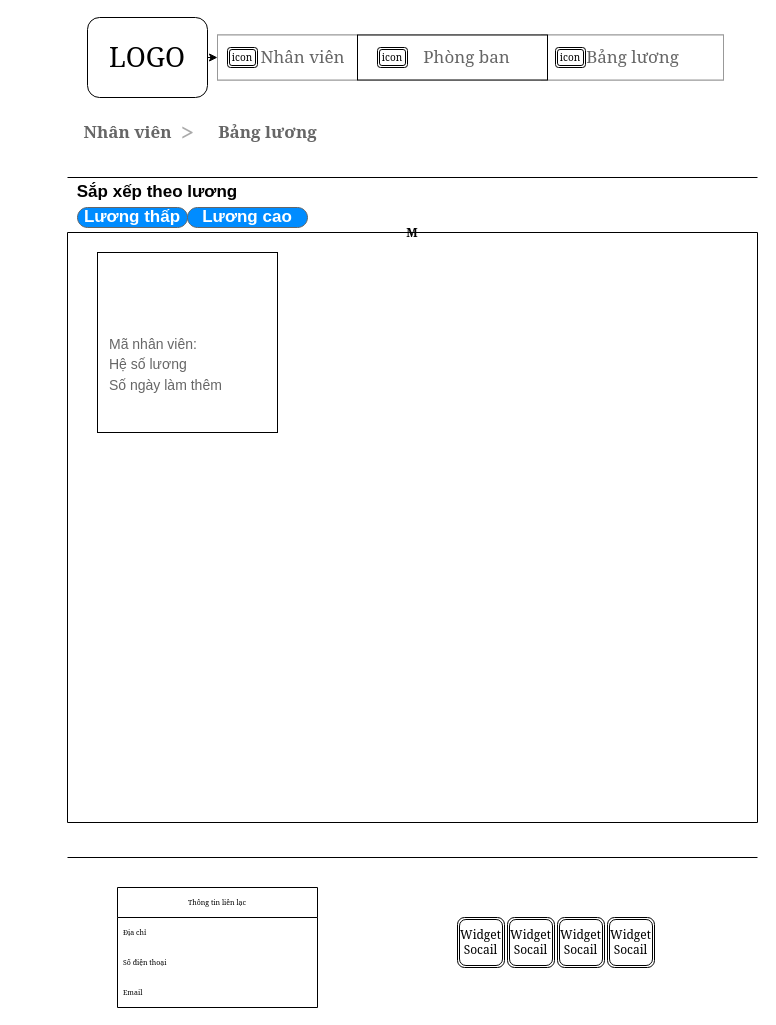
This is salary.drawio from toanviet252/lab, a draw.io file, before an edit. Source tidied: cells renumbered, new cells numbered last; positions are measured from the earlier drawing's top-left corner, leaving out a move shared by most shapes. Both pictures are drawn from the tidied source at 100%, with x=0, y=0 at pixel (17, 17).
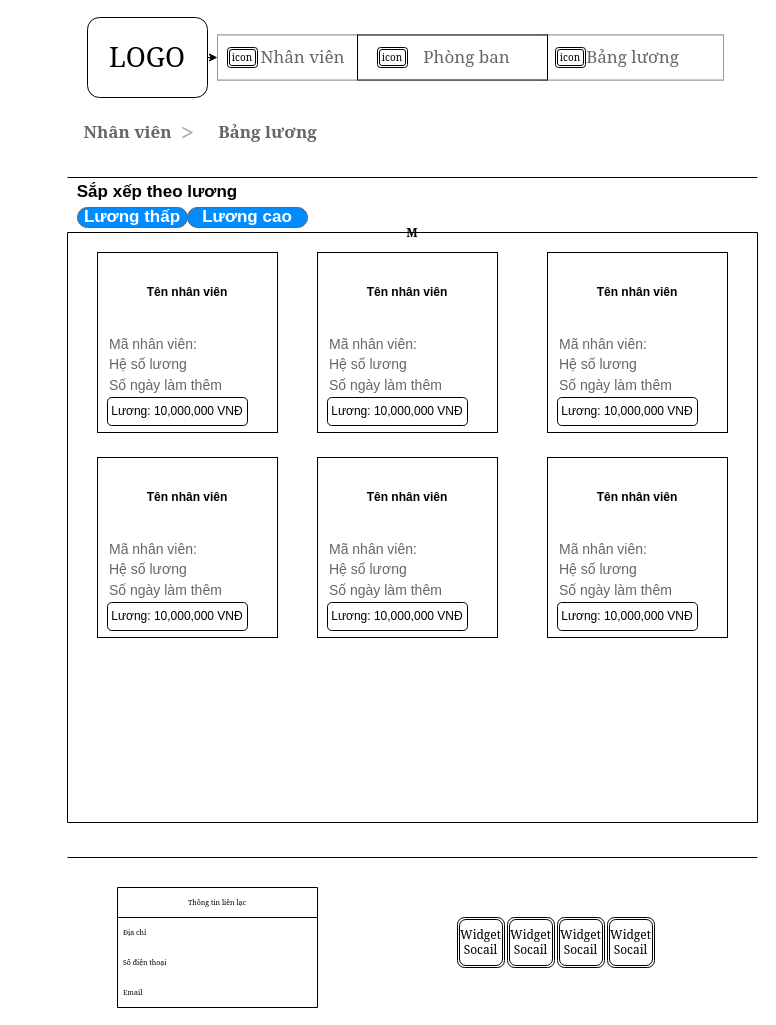
Above is the later version.

Unchanged cells that the change refers to:
```xml
<mxCell id="16" value="M" style="swimlane;startSize=0;labelBackgroundColor=none;fontFamily=Georgia;fontSize=12;" parent="1" vertex="1">
  <mxGeometry x="50" y="215" width="690" height="590" as="geometry" />
</mxCell>
```

Diff of the diagram source:
```diff
@@
+    <mxCell id="32" value="Lương: 10,000,000 VNĐ" style="rounded=1;whiteSpace=wrap;html=1;fontSize=12;" parent="16" vertex="1">
+      <mxGeometry x="40" y="165" width="140" height="28" as="geometry" />
+    </mxCell>
+    <mxCell id="33" value="&lt;b&gt;Tên nhân viên&lt;/b&gt;" style="text;html=1;strokeColor=none;fillColor=none;align=center;verticalAlign=middle;whiteSpace=wrap;rounded=0;fontSize=12;" parent="16" vertex="1">
+      <mxGeometry x="55" y="45" width="130" height="30" as="geometry" />
+    </mxCell>
+    <mxCell id="34" style="whiteSpace=wrap;html=1;labelBackgroundColor=none;fontFamily=Georgia;fontSize=12;" parent="16" vertex="1">
+      <mxGeometry x="250" y="20" width="180" height="180" as="geometry" />
+    </mxCell>
+    <mxCell id="35" value="&lt;font style=&quot;font-size: 14px&quot;&gt;Mã nhân viên:&lt;br&gt;Hệ số lương&lt;br&gt;Số ngày làm thêm&lt;/font&gt;" style="strokeWidth=1;shadow=0;dashed=0;align=center;html=1;shape=mxgraph.mockup.text.bulletedList;textColor=#666666;mainText=,,,,;textSize=17;bulletStyle=none;strokeColor=none;fillColor=none;align=left;verticalAlign=top;fontSize=17;fontColor=#666666;" parent="16" vertex="1">
+      <mxGeometry x="260" y="95" width="140" height="82.5" as="geometry" />
+    </mxCell>
+    <mxCell id="36" value="Lương: 10,000,000 VNĐ" style="rounded=1;whiteSpace=wrap;html=1;fontSize=12;" parent="16" vertex="1">
+      <mxGeometry x="260" y="165" width="140" height="28" as="geometry" />
+    </mxCell>
+    <mxCell id="37" value="&lt;b&gt;Tên nhân viên&lt;/b&gt;" style="text;html=1;strokeColor=none;fillColor=none;align=center;verticalAlign=middle;whiteSpace=wrap;rounded=0;fontSize=12;" parent="16" vertex="1">
+      <mxGeometry x="275" y="45" width="130" height="30" as="geometry" />
+    </mxCell>
+    <mxCell id="38" style="whiteSpace=wrap;html=1;labelBackgroundColor=none;fontFamily=Georgia;fontSize=12;" parent="16" vertex="1">
+      <mxGeometry x="480" y="20" width="180" height="180" as="geometry" />
+    </mxCell>
+    <mxCell id="39" value="&lt;font style=&quot;font-size: 14px&quot;&gt;Mã nhân viên:&lt;br&gt;Hệ số lương&lt;br&gt;Số ngày làm thêm&lt;/font&gt;" style="strokeWidth=1;shadow=0;dashed=0;align=center;html=1;shape=mxgraph.mockup.text.bulletedList;textColor=#666666;mainText=,,,,;textSize=17;bulletStyle=none;strokeColor=none;fillColor=none;align=left;verticalAlign=top;fontSize=17;fontColor=#666666;" parent="16" vertex="1">
+      <mxGeometry x="490" y="95" width="140" height="82.5" as="geometry" />
+    </mxCell>
+    <mxCell id="40" value="Lương: 10,000,000 VNĐ" style="rounded=1;whiteSpace=wrap;html=1;fontSize=12;" parent="16" vertex="1">
+      <mxGeometry x="490" y="165" width="140" height="28" as="geometry" />
+    </mxCell>
+    <mxCell id="41" value="&lt;b&gt;Tên nhân viên&lt;/b&gt;" style="text;html=1;strokeColor=none;fillColor=none;align=center;verticalAlign=middle;whiteSpace=wrap;rounded=0;fontSize=12;" parent="16" vertex="1">
+      <mxGeometry x="505" y="45" width="130" height="30" as="geometry" />
+    </mxCell>
+    <mxCell id="42" style="whiteSpace=wrap;html=1;labelBackgroundColor=none;fontFamily=Georgia;fontSize=12;" parent="16" vertex="1">
+      <mxGeometry x="30" y="225" width="180" height="180" as="geometry" />
+    </mxCell>
+    <mxCell id="43" value="&lt;font style=&quot;font-size: 14px&quot;&gt;Mã nhân viên:&lt;br&gt;Hệ số lương&lt;br&gt;Số ngày làm thêm&lt;/font&gt;" style="strokeWidth=1;shadow=0;dashed=0;align=center;html=1;shape=mxgraph.mockup.text.bulletedList;textColor=#666666;mainText=,,,,;textSize=17;bulletStyle=none;strokeColor=none;fillColor=none;align=left;verticalAlign=top;fontSize=17;fontColor=#666666;" parent="16" vertex="1">
+      <mxGeometry x="40" y="300" width="140" height="82.5" as="geometry" />
+    </mxCell>
+    <mxCell id="44" value="Lương: 10,000,000 VNĐ" style="rounded=1;whiteSpace=wrap;html=1;fontSize=12;" parent="16" vertex="1">
+      <mxGeometry x="40" y="370" width="140" height="28" as="geometry" />
+    </mxCell>
+    <mxCell id="45" value="&lt;b&gt;Tên nhân viên&lt;/b&gt;" style="text;html=1;strokeColor=none;fillColor=none;align=center;verticalAlign=middle;whiteSpace=wrap;rounded=0;fontSize=12;" parent="16" vertex="1">
+      <mxGeometry x="55" y="250" width="130" height="30" as="geometry" />
+    </mxCell>
+    <mxCell id="46" style="whiteSpace=wrap;html=1;labelBackgroundColor=none;fontFamily=Georgia;fontSize=12;" parent="16" vertex="1">
+      <mxGeometry x="250" y="225" width="180" height="180" as="geometry" />
+    </mxCell>
+    <mxCell id="47" value="&lt;font style=&quot;font-size: 14px&quot;&gt;Mã nhân viên:&lt;br&gt;Hệ số lương&lt;br&gt;Số ngày làm thêm&lt;/font&gt;" style="strokeWidth=1;shadow=0;dashed=0;align=center;html=1;shape=mxgraph.mockup.text.bulletedList;textColor=#666666;mainText=,,,,;textSize=17;bulletStyle=none;strokeColor=none;fillColor=none;align=left;verticalAlign=top;fontSize=17;fontColor=#666666;" parent="16" vertex="1">
+      <mxGeometry x="260" y="300" width="140" height="82.5" as="geometry" />
+    </mxCell>
+    <mxCell id="48" value="Lương: 10,000,000 VNĐ" style="rounded=1;whiteSpace=wrap;html=1;fontSize=12;" parent="16" vertex="1">
+      <mxGeometry x="260" y="370" width="140" height="28" as="geometry" />
+    </mxCell>
+    <mxCell id="49" value="&lt;b&gt;Tên nhân viên&lt;/b&gt;" style="text;html=1;strokeColor=none;fillColor=none;align=center;verticalAlign=middle;whiteSpace=wrap;rounded=0;fontSize=12;" parent="16" vertex="1">
+      <mxGeometry x="275" y="250" width="130" height="30" as="geometry" />
+    </mxCell>
+    <mxCell id="50" style="whiteSpace=wrap;html=1;labelBackgroundColor=none;fontFamily=Georgia;fontSize=12;" parent="16" vertex="1">
+      <mxGeometry x="480" y="225" width="180" height="180" as="geometry" />
+    </mxCell>
+    <mxCell id="51" value="&lt;font style=&quot;font-size: 14px&quot;&gt;Mã nhân viên:&lt;br&gt;Hệ số lương&lt;br&gt;Số ngày làm thêm&lt;/font&gt;" style="strokeWidth=1;shadow=0;dashed=0;align=center;html=1;shape=mxgraph.mockup.text.bulletedList;textColor=#666666;mainText=,,,,;textSize=17;bulletStyle=none;strokeColor=none;fillColor=none;align=left;verticalAlign=top;fontSize=17;fontColor=#666666;" parent="16" vertex="1">
+      <mxGeometry x="490" y="300" width="140" height="82.5" as="geometry" />
+    </mxCell>
+    <mxCell id="52" value="Lương: 10,000,000 VNĐ" style="rounded=1;whiteSpace=wrap;html=1;fontSize=12;" parent="16" vertex="1">
+      <mxGeometry x="490" y="370" width="140" height="28" as="geometry" />
+    </mxCell>
+    <mxCell id="53" value="&lt;b&gt;Tên nhân viên&lt;/b&gt;" style="text;html=1;strokeColor=none;fillColor=none;align=center;verticalAlign=middle;whiteSpace=wrap;rounded=0;fontSize=12;" parent="16" vertex="1">
+      <mxGeometry x="505" y="250" width="130" height="30" as="geometry" />
+    </mxCell>
```
